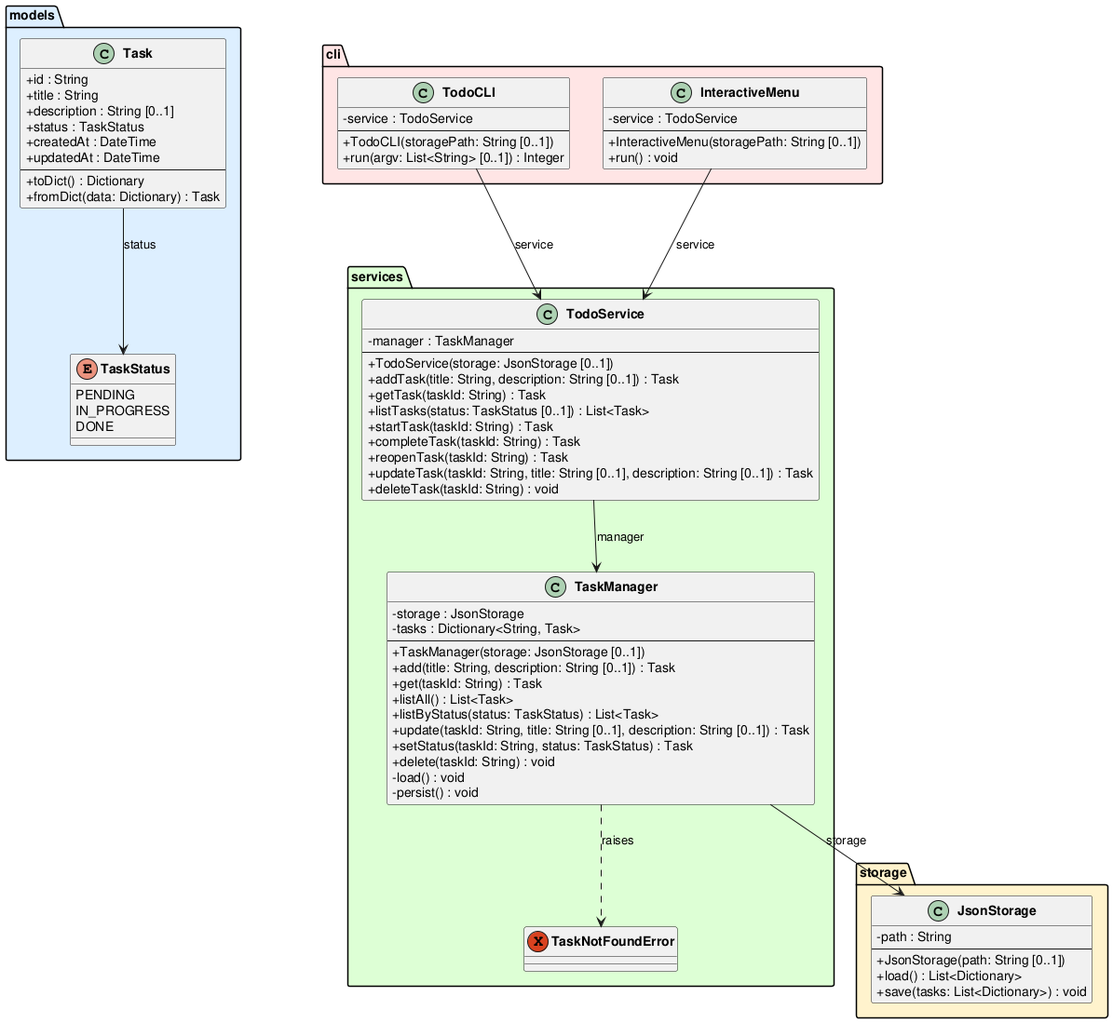
Before: experiments/supervisor_as_tools/test_driven/TODO/artifacts/class_diagram.png, a diagram exported from PlantUML (DanielRiha8906/Software_autoevolution_using_agents).
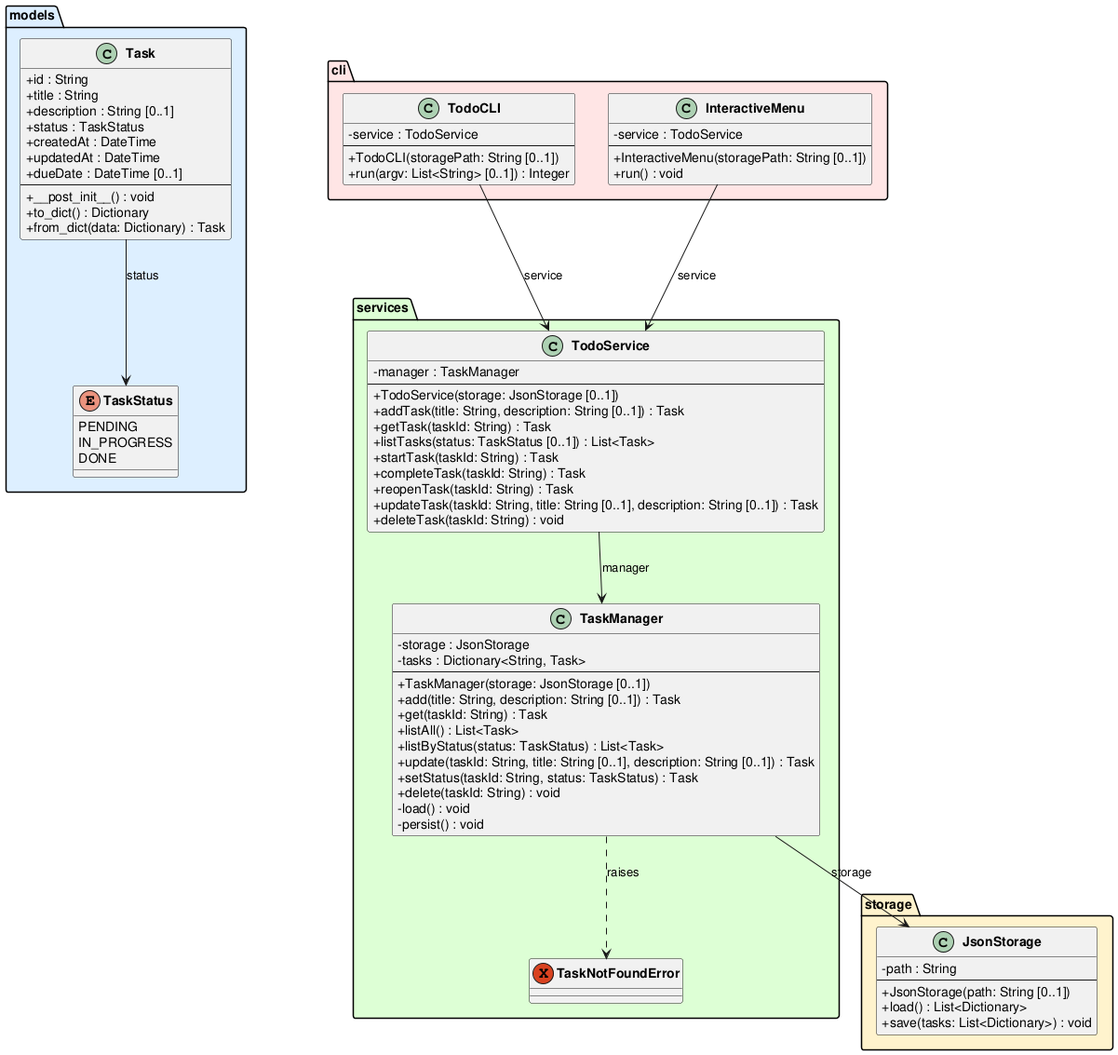
The same file after the commit.

What changed in the source:
```diff
@@ -17,9 +17,11 @@
         +status : TaskStatus
         +createdAt : DateTime
         +updatedAt : DateTime
+        +dueDate : DateTime [0..1]
         --
-        +toDict() : Dictionary
-        +fromDict(data: Dictionary) : Task
+        +__post_init__() : void
+        +to_dict() : Dictionary
+        +from_dict(data: Dictionary) : Task
     }
 }
 
```
